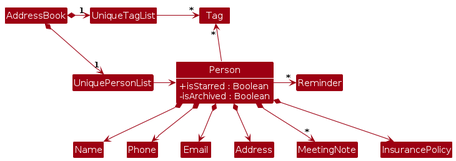
Above: diagrams/BetterModelClassDiagram.png in aloy-pek/tp (PlantUML), before the change. Its source is kept beside it as diagrams/BetterModelClassDiagram.puml.
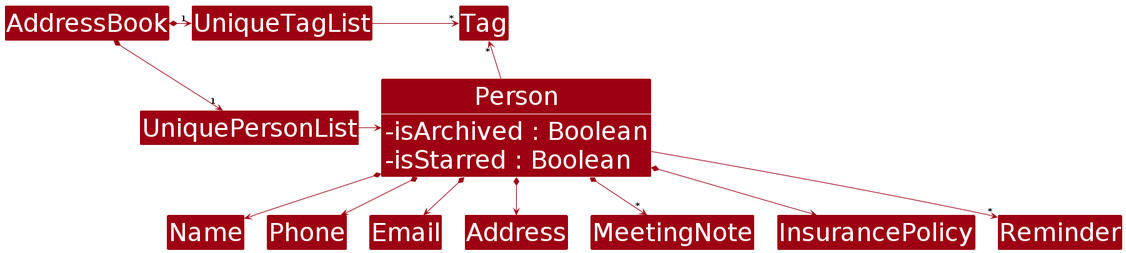
The same file after the commit.

The edit, as a diff of the source:
```diff
@@ -5,16 +5,14 @@
 skinparam arrowThickness 1.1
 skinparam arrowColor MODEL_COLOR
 skinparam classBackgroundColor MODEL_COLOR
+skinparam classAttributeFontSize 40
 show members
 hide empty members
 
 Class Person {
-    +isStarred : Boolean
+    -isArchived : Boolean
+    -isStarred : Boolean
 }
-
-Class Person {
-    -isArchived : Boolean
-    }
 
 AddressBook *-right-> "1" UniquePersonList
 AddressBook *-right-> "1" UniqueTagList
@@ -32,5 +30,5 @@
 Person *--> Address
 Person *--> "*" MeetingNote
 Person *--> InsurancePolicy
-Person -right> "*" Reminder
+Person --> "*" Reminder
 @enduml
```
